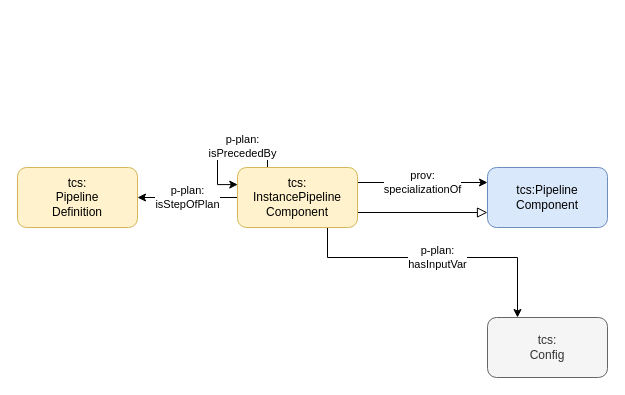
thcarsten/toolchain-specification keeps this draw.io diagram as page "Pipeline Definition" (3 of 4) of semantic model/diagrams/diagrams.drawio. Above is the earlier version. Source tidied: cells renumbered, new cells numbered last; positions are measured from the earlier drawing's top-left corner, leaving out a move shared by most shapes. Both pictures are drawn from the tidied source at 100%, with x=0, y=0 at pixel (17, 137).
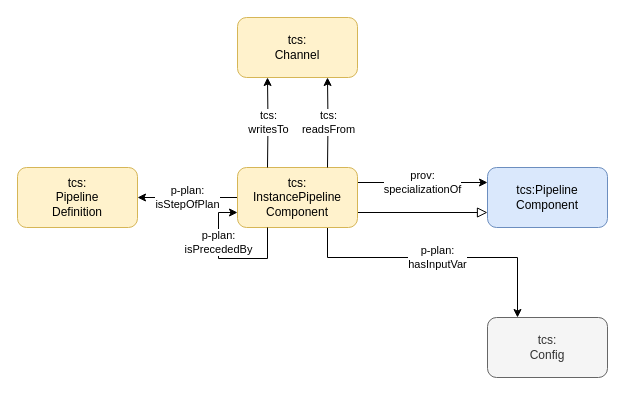
After the change.

Change to the diagram source:
```diff
@@
 <mxGraphModel>
   <root>
     <mxCell id="0" />
     <mxCell id="1" parent="0" />
     <mxCell id="2" value="tcs:Pipeline&lt;div&gt;Component&lt;/div&gt;" style="rounded=1;whiteSpace=wrap;html=1;fillColor=#dae8fc;strokeColor=#6c8ebf;" parent="1" vertex="1">
       <mxGeometry x="470" y="30" width="120" height="60" as="geometry" />
     </mxCell>
     <mxCell id="3" value="tcs:&lt;div&gt;Pipeline&lt;div&gt;Definition&lt;/div&gt;&lt;/div&gt;" style="rounded=1;whiteSpace=wrap;html=1;fillColor=#fff2cc;strokeColor=#d6b656;" parent="1" vertex="1">
       <mxGeometry y="30" width="120" height="60" as="geometry" />
     </mxCell>
     <mxCell id="4" value="p-plan:&lt;div&gt;isStepOfPlan&lt;/div&gt;" style="edgeStyle=orthogonalEdgeStyle;rounded=0;jettySize=auto;html=1;exitX=0;exitY=0.5;exitDx=0;exitDy=0;entryX=1;entryY=0.5;entryDx=0;entryDy=0;" parent="1" edge="1" source="9" target="3">
       <mxGeometry relative="1" as="geometry" />
     </mxCell>
-    <mxCell id="5" value="p-plan:&lt;div&gt;isPrecededBy&lt;/div&gt;" style="edgeStyle=orthogonalEdgeStyle;rounded=0;orthogonalLoop=1;jettySize=auto;html=1;exitX=0.25;exitY=0;exitDx=0;exitDy=0;entryX=0.002;entryY=0.285;entryDx=0;entryDy=0;entryPerimeter=0;" parent="1" edge="1" source="9" target="9">
-      <mxGeometry x="-0.26" y="9" relative="1" as="geometry">
-        <Array as="points">
-          <mxPoint x="250" />
-          <mxPoint x="200" />
-          <mxPoint x="200" y="47" />
-          <mxPoint x="220" y="47" />
-        </Array>
-      </mxGeometry>
-    </mxCell>
     <mxCell id="6" value="prov:&lt;div&gt;specializationOf&lt;/div&gt;" style="edgeStyle=orthogonalEdgeStyle;rounded=0;jettySize=auto;html=1;exitX=1;exitY=0.25;exitDx=0;exitDy=0;entryX=0;entryY=0.25;entryDx=0;entryDy=0;" parent="1" edge="1" source="9" target="2">
       <mxGeometry relative="1" as="geometry" />
     </mxCell>
     <mxCell id="7" style="edgeStyle=orthogonalEdgeStyle;rounded=0;jettySize=auto;html=1;exitX=1;exitY=0.75;exitDx=0;exitDy=0;entryX=0;entryY=0.75;entryDx=0;entryDy=0;endArrow=block;endFill=0;endSize=8;" parent="1" edge="1" source="9" target="2">
       <mxGeometry relative="1" as="geometry" />
     </mxCell>
     <mxCell id="8" value="p-plan:&lt;div&gt;hasInputVar&lt;/div&gt;" style="edgeStyle=orthogonalEdgeStyle;rounded=0;jettySize=auto;html=1;exitX=0.75;exitY=1;exitDx=0;exitDy=0;entryX=0.25;entryY=0;entryDx=0;entryDy=0;" parent="1" edge="1" source="9" target="10">
       <mxGeometry relative="1" as="geometry">
         <Array as="points">
           <mxPoint x="310" y="120" />
           <mxPoint x="500" y="120" />
         </Array>
       </mxGeometry>
     </mxCell>
     <mxCell id="9" value="&lt;span style=&quot;background-color: transparent; color: light-dark(rgb(0, 0, 0), rgb(255, 255, 255));&quot;&gt;tcs:&lt;/span&gt;&lt;div&gt;&lt;span&gt;InstancePipeline&lt;/span&gt;&lt;div&gt;&lt;span&gt;Component&lt;/span&gt;&lt;span style=&quot;background-color: transparent; color: light-dark(rgb(0, 0, 0), rgb(255, 255, 255));&quot;&gt;&lt;br&gt;&lt;/span&gt;&lt;/div&gt;&lt;/div&gt;" style="rounded=1;whiteSpace=wrap;html=1;fillColor=#fff2cc;strokeColor=#d6b656;" parent="1" vertex="1">
       <mxGeometry x="220" y="30" width="120" height="60" as="geometry" />
     </mxCell>
     <mxCell id="10" value="tcs:&lt;div&gt;Config&lt;/div&gt;" style="rounded=1;whiteSpace=wrap;html=1;fillColor=#f5f5f5;strokeColor=#666666;fontColor=#333333;" parent="1" vertex="1">
       <mxGeometry x="470" y="180" width="120" height="60" as="geometry" />
     </mxCell>
+    <mxCell id="11" value="tcs:&lt;div&gt;writesTo&lt;/div&gt;" style="edgeStyle=orthogonalEdgeStyle;rounded=0;jettySize=auto;html=1;exitX=0.25;exitY=0;exitDx=0;exitDy=0;entryX=0.25;entryY=1;entryDx=0;entryDy=0;" parent="1" edge="1" target="13">
+      <mxGeometry relative="1" as="geometry">
+        <mxPoint x="250" y="30" as="sourcePoint" />
+      </mxGeometry>
+    </mxCell>
+    <mxCell id="12" value="tcs:&lt;div&gt;readsFrom&lt;/div&gt;" style="edgeStyle=orthogonalEdgeStyle;rounded=0;jettySize=auto;html=1;exitX=0.75;exitY=0;exitDx=0;exitDy=0;entryX=0.75;entryY=1;entryDx=0;entryDy=0;" parent="1" edge="1" target="13">
+      <mxGeometry relative="1" as="geometry">
+        <mxPoint x="310" y="30" as="sourcePoint" />
+      </mxGeometry>
+    </mxCell>
+    <mxCell id="13" value="&lt;span style=&quot;background-color: transparent; color: light-dark(rgb(0, 0, 0), rgb(255, 255, 255));&quot;&gt;tcs:&lt;/span&gt;&lt;div&gt;&lt;div&gt;&lt;span style=&quot;background-color: transparent; color: light-dark(rgb(0, 0, 0), rgb(255, 255, 255));&quot;&gt;Channel&lt;/span&gt;&lt;/div&gt;&lt;/div&gt;" style="rounded=1;whiteSpace=wrap;html=1;fillColor=#fff2cc;strokeColor=#d6b656;" parent="1" vertex="1">
+      <mxGeometry x="220" y="-120" width="120" height="60" as="geometry" />
+    </mxCell>
+    <mxCell id="5" value="p-plan:&lt;div&gt;isPrecededBy&lt;/div&gt;" style="edgeStyle=orthogonalEdgeStyle;rounded=0;orthogonalLoop=1;jettySize=auto;html=1;exitX=0.25;exitY=1;exitDx=0;exitDy=0;entryX=0;entryY=0.75;entryDx=0;entryDy=0;" parent="1" edge="1">
+      <mxGeometry x="0.32" relative="1" as="geometry">
+        <mxPoint x="250" y="90" as="sourcePoint" />
+        <mxPoint x="220" y="75" as="targetPoint" />
+        <Array as="points">
+          <mxPoint x="250" y="121" />
+          <mxPoint x="201" y="121" />
+          <mxPoint x="201" y="75" />
+        </Array>
+      </mxGeometry>
+    </mxCell>
   </root>
 </mxGraphModel>
```
